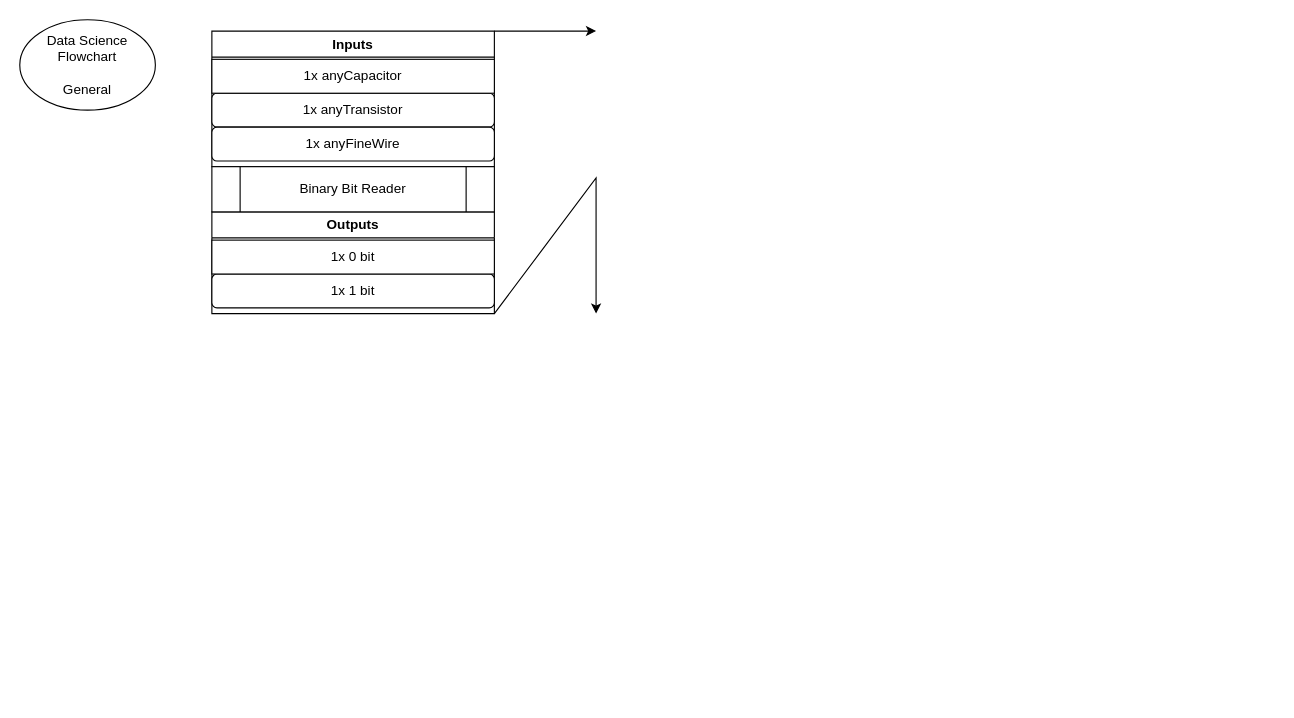
Earlier version of the draw.io diagram Untitled Diagram.drawio (Nrmot/flowcharts). Source tidied: cells renumbered, new cells numbered last; positions are measured from the earlier drawing's top-left corner, leaving out a move shared by most shapes. Both pictures are drawn from the tidied source at 113%, with x=0, y=0 at pixel (19, 19).
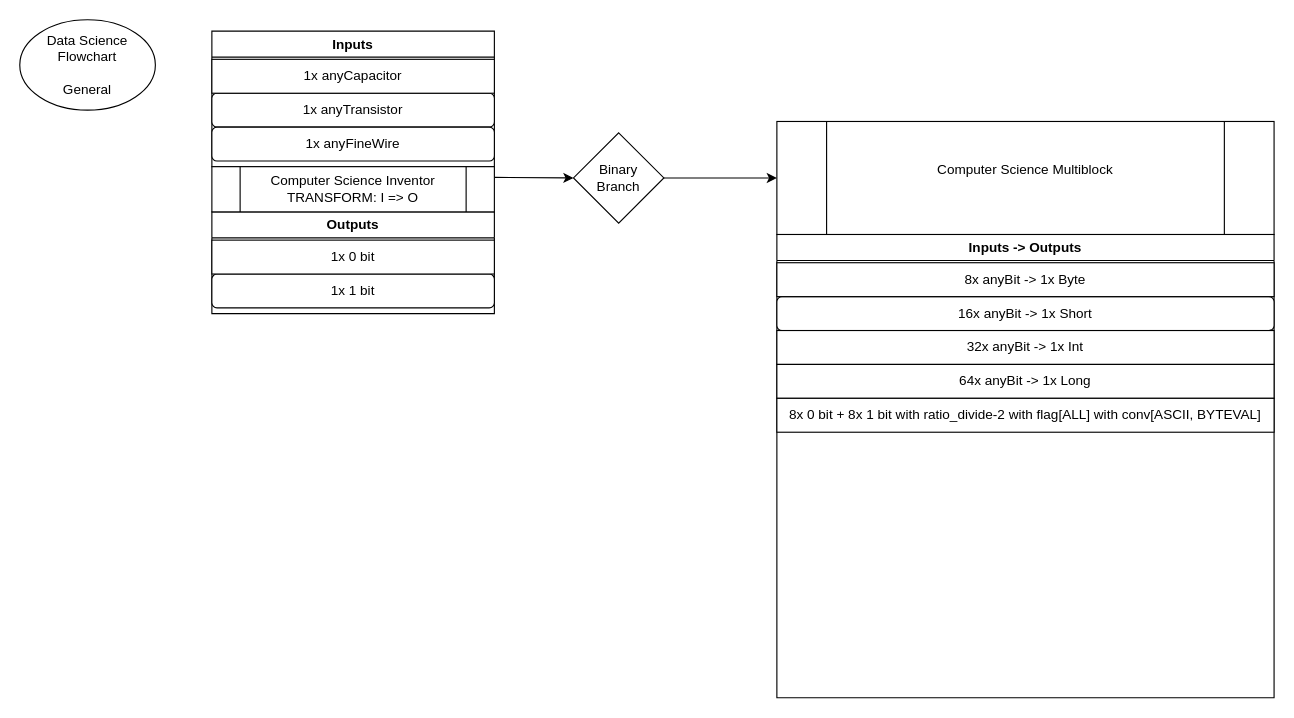
The same page after the edit.

Change to the diagram source:
```diff
@@
-    <mxCell id="7" style="endArrow=classic;html=1;rounded=0;" parent="1" edge="1">
-      <mxGeometry relative="1" as="geometry">
-        <mxPoint x="420" y="260" as="sourcePoint" />
-        <mxPoint x="510" y="260" as="targetPoint" />
-        <Array as="points">
-          <mxPoint x="510" y="140" />
-        </Array>
-      </mxGeometry>
-    </mxCell>
-    <mxCell id="8" style="endArrow=classic;html=1;rounded=0;" parent="1" edge="1">
+    <mxCell id="8" style="endArrow=classic;html=1;rounded=0;entryX=0;entryY=0.5;entryDx=0;entryDy=0;" parent="1" edge="1" target="21">
       <mxGeometry relative="1" as="geometry">
-        <mxPoint x="420" y="10" as="sourcePoint" />
-        <mxPoint x="510" y="10" as="targetPoint" />
+        <mxPoint x="420" y="139.5" as="sourcePoint" />
       </mxGeometry>
     </mxCell>
@@
-    <mxCell id="12" value="Binary Bit Reader" style="shape=process;whiteSpace=wrap;html=1;backgroundOutline=1;" parent="1" vertex="1">
+    <mxCell id="12" value="Computer Science Inventor&lt;br&gt;TRANSFORM: I =&amp;gt; O" style="shape=process;whiteSpace=wrap;html=1;backgroundOutline=1;" parent="1" vertex="1">
       <mxGeometry x="170" y="130" width="250" height="40" as="geometry" />
     </mxCell>
+    <mxCell id="13" value="Inputs -&amp;gt; Outputs" style="swimlane;whiteSpace=wrap;html=1;" parent="1" vertex="1">
+      <mxGeometry x="670" y="190" width="440" height="410" as="geometry" />
+    </mxCell>
+    <mxCell id="14" value="16x anyBit -&amp;gt; 1x Short" style="rounded=1;whiteSpace=wrap;html=1;" parent="13" vertex="1">
+      <mxGeometry y="55" width="440" height="30" as="geometry" />
+    </mxCell>
+    <mxCell id="15" value="8x anyBit -&amp;gt; 1x Byte" style="rounded=0;whiteSpace=wrap;html=1;" parent="13" vertex="1">
+      <mxGeometry y="25" width="440" height="30" as="geometry" />
+    </mxCell>
+    <mxCell id="16" value="32x anyBit -&amp;gt; 1x Int" style="rounded=0;whiteSpace=wrap;html=1;" parent="13" vertex="1">
+      <mxGeometry y="85" width="440" height="30" as="geometry" />
+    </mxCell>
+    <mxCell id="17" value="64x anyBit -&amp;gt; 1x Long" style="rounded=0;whiteSpace=wrap;html=1;" parent="13" vertex="1">
+      <mxGeometry y="115" width="440" height="30" as="geometry" />
+    </mxCell>
+    <mxCell id="18" value="8x 0 bit + 8x 1 bit with ratio_divide-2 with flag[ALL] with conv[ASCII, BYTEVAL]" style="rounded=0;whiteSpace=wrap;html=1;" parent="13" vertex="1">
+      <mxGeometry y="145" width="440" height="30" as="geometry" />
+    </mxCell>
+    <mxCell id="19" value="Computer Science Multiblock&lt;br&gt;&lt;br&gt;" style="shape=process;whiteSpace=wrap;html=1;backgroundOutline=1;" parent="1" vertex="1">
+      <mxGeometry x="670" y="90" width="440" height="100" as="geometry" />
+    </mxCell>
+    <mxCell id="20" style="edgeStyle=orthogonalEdgeStyle;rounded=0;jettySize=auto;html=1;entryX=0;entryY=0.5;entryDx=0;entryDy=0;" parent="1" edge="1" source="21" target="19">
+      <mxGeometry relative="1" as="geometry" />
+    </mxCell>
+    <mxCell id="21" value="Binary&lt;br&gt;Branch" style="rhombus;whiteSpace=wrap;html=1;" parent="1" vertex="1">
+      <mxGeometry x="490" y="100" width="80" height="80" as="geometry" />
+    </mxCell>
```
